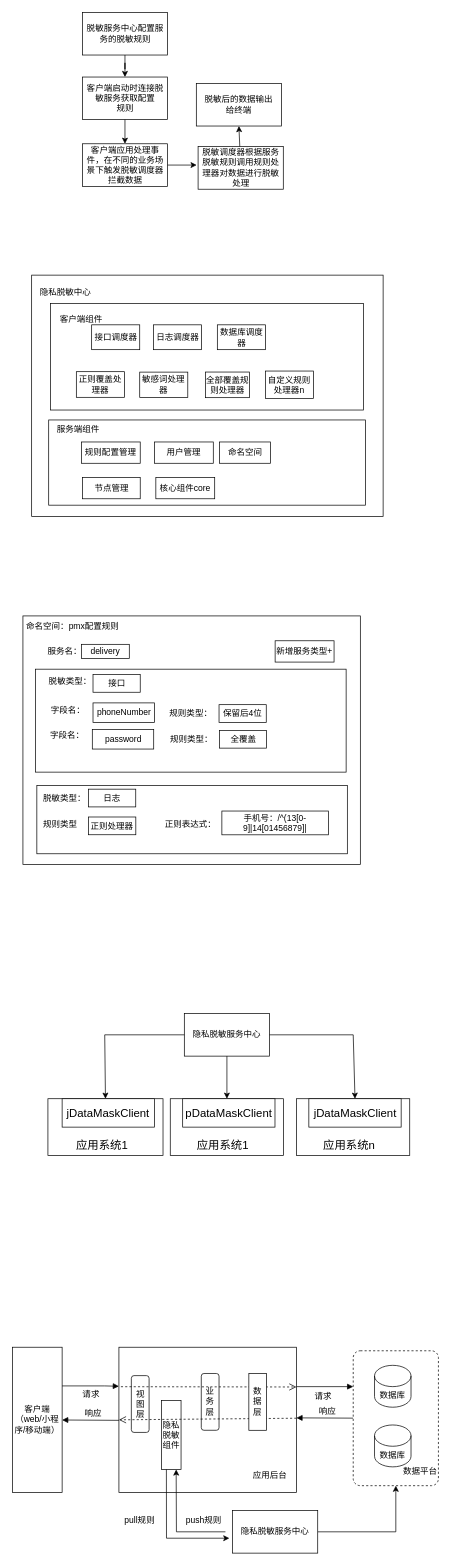
chordcreater/chordcreater.github.io keeps this draw.io diagram as Untitled Diagram.drawio. Above is the earlier version. Source tidied: cells renumbered, new cells numbered last; positions are measured from the earlier drawing's top-left corner, leaving out a move shared by most shapes. Both pictures are drawn from the tidied source at 71%, with x=0, y=0 at pixel (12, 12).
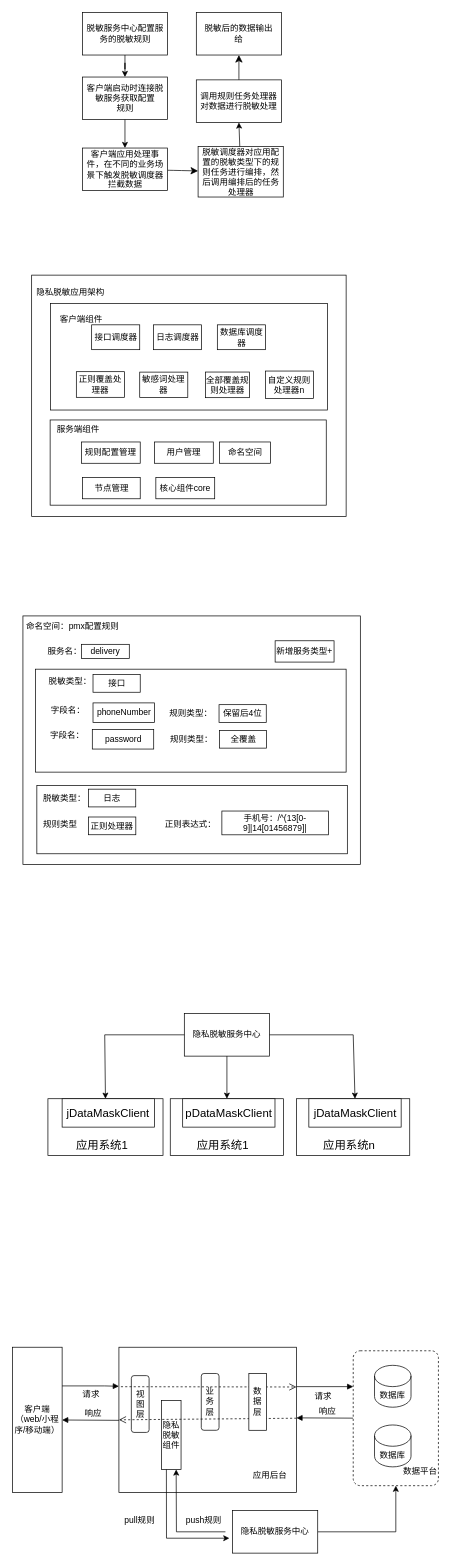
The same diagram, later.

Unchanged cells that the change refers to:
```xml
<mxCell id="14" style="group;" parent="1" vertex="1">
  <mxGeometry x="53.6" y="420" width="441" height="150" as="geometry" />
</mxCell>
```

Diff of the diagram source:
```diff
@@
     <mxCell id="5" style="rounded=0;whiteSpace=wrap;html=1;" parent="1" vertex="1">
-      <mxGeometry x="27.1" y="370" width="495" height="340" as="geometry" />
+      <mxGeometry x="27.1" y="370" width="442.9" height="340" as="geometry" />
     </mxCell>
@@
+    <mxCell id="93" style="edgeStyle=none;curved=1;rounded=0;jettySize=auto;html=1;fontSize=12;startSize=8;endSize=8;" parent="1" edge="1" source="8" target="9">
+      <mxGeometry relative="1" as="geometry" />
+    </mxCell>
     <mxCell id="8" value="客户端应用处理事件，在不同的业务场景下触发脱敏调度器拦截数据" style="rounded=0;whiteSpace=wrap;html=1;" parent="1" vertex="1">
-      <mxGeometry x="98.5" y="185" width="120" height="60" as="geometry" />
+      <mxGeometry x="98.5" y="191" width="120" height="60" as="geometry" />
     </mxCell>
-    <mxCell id="9" value="脱敏调度器根据服务脱敏规则调用规则处理器对数据进行脱敏处理" style="rounded=0;whiteSpace=wrap;html=1;" parent="1" vertex="1">
-      <mxGeometry x="261.5" y="189" width="120" height="60" as="geometry" />
+    <mxCell id="9" value="脱敏调度器对应用配置的脱敏类型下的规则任务进行编排，然后调用编排后的任务处理器" style="rounded=0;whiteSpace=wrap;html=1;" parent="1" vertex="1">
+      <mxGeometry x="261.5" y="189" width="120" height="71" as="geometry" />
     </mxCell>
+    <mxCell id="94" style="edgeStyle=none;curved=1;rounded=0;jettySize=auto;html=1;fontSize=12;startSize=8;endSize=8;" parent="1" edge="1" source="10" target="95">
+      <mxGeometry relative="1" as="geometry" />
+    </mxCell>
-    <mxCell id="10" value="脱敏后的数据输出&lt;br style=&quot;border-color: var(--border-color);&quot;&gt;给终端" style="rounded=0;whiteSpace=wrap;html=1;" parent="1" vertex="1">
-      <mxGeometry x="259" y="100" width="120" height="60" as="geometry" />
+    <mxCell id="10" value="调用规则任务处理器对数据进行脱敏处理" style="rounded=0;whiteSpace=wrap;html=1;" parent="1" vertex="1">
+      <mxGeometry x="259" y="95" width="120" height="60" as="geometry" />
     </mxCell>
-    <mxCell id="11" style="endArrow=classic;html=1;rounded=0;exitX=1;exitY=0.5;exitDx=0;exitDy=0;" parent="1" edge="1" source="8">
-      <mxGeometry relative="1" as="geometry">
-        <mxPoint x="259.5" y="215" as="targetPoint" />
-      </mxGeometry>
-    </mxCell>
     <mxCell id="12" style="rounded=0;whiteSpace=wrap;html=1;" parent="1" vertex="1">
-      <mxGeometry x="51.1" y="574" width="446" height="120" as="geometry" />
+      <mxGeometry x="53.1" y="574" width="388.9" height="120" as="geometry" />
     </mxCell>
@@
     <mxCell id="15" style="rounded=0;whiteSpace=wrap;html=1;" parent="14" vertex="1">
-      <mxGeometry y="-10" width="441" height="150" as="geometry" />
+      <mxGeometry y="-10" width="390" height="150" as="geometry" />
     </mxCell>
@@
-    <mxCell id="27" value="隐私脱敏中心" style="text;html=1;strokeColor=none;fillColor=none;align=center;verticalAlign=middle;whiteSpace=wrap;rounded=0;" parent="1" vertex="1">
-      <mxGeometry x="20" y="370" width="109.6" height="50" as="geometry" />
+    <mxCell id="27" value="隐私脱敏应用架构" style="text;html=1;strokeColor=none;fillColor=none;align=center;verticalAlign=middle;whiteSpace=wrap;rounded=0;" parent="1" vertex="1">
+      <mxGeometry x="27.1" y="370" width="109.6" height="50" as="geometry" />
     </mxCell>
@@
+    <mxCell id="95" value="脱敏后的数据输出&lt;br style=&quot;border-color: var(--border-color);&quot;&gt;给" style="rounded=0;whiteSpace=wrap;html=1;" parent="1" vertex="1">
+      <mxGeometry x="259" width="120" height="60" as="geometry" />
+    </mxCell>
```
